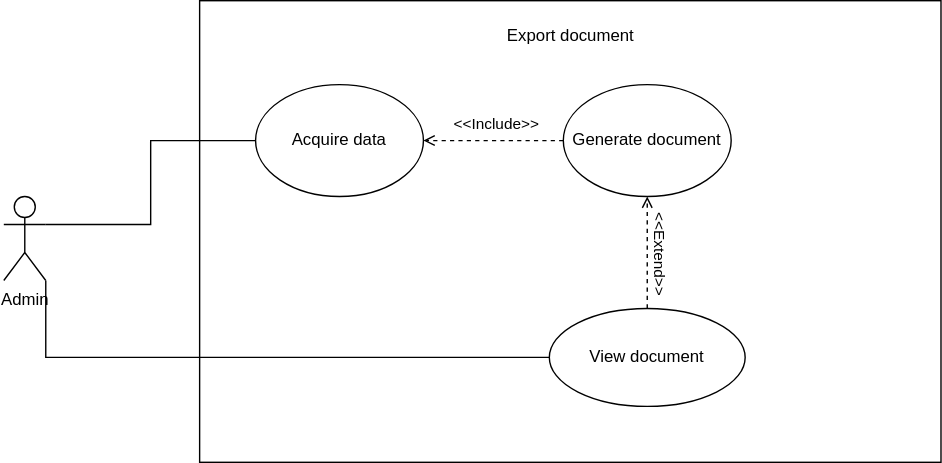
Simamkele88/IFM3_GP keeps this draw.io diagram as Document_Exporting.drawio.svg. Above is the earlier version. Source tidied: cells renumbered, new cells last; positions are measured from the earlier drawing's top-left corner, leaving out a move shared by most shapes.
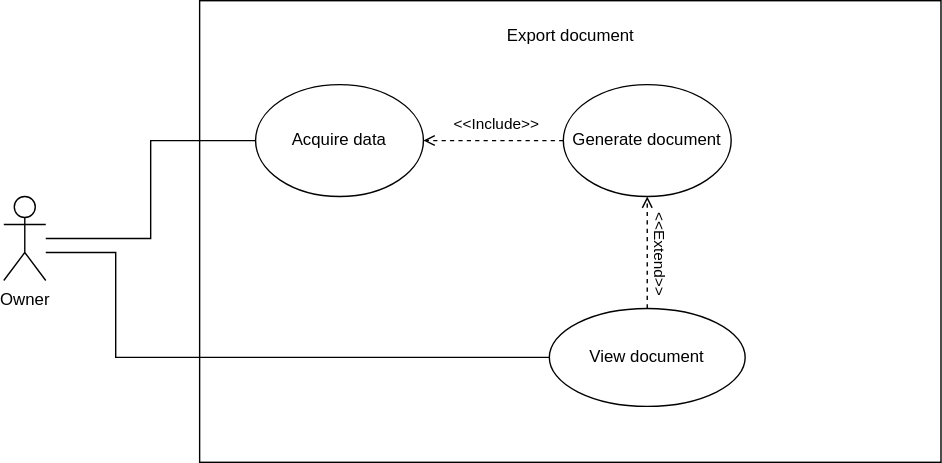
After the change.

What changed in the source:
```diff
@@ -22,10 +22,15 @@
     <mxCell id="7" value="Acquire data" style="ellipse;whiteSpace=wrap;html=1;" parent="1" vertex="1">
       <mxGeometry x="180" y="60" width="120" height="80" as="geometry" />
     </mxCell>
-    <mxCell id="8" style="edgeStyle=orthogonalEdgeStyle;rounded=0;jettySize=auto;html=1;exitX=1;exitY=1;exitDx=0;exitDy=0;exitPerimeter=0;entryX=0;entryY=0.5;entryDx=0;entryDy=0;endArrow=none;startFill=0;" parent="1" edge="1" source="9" target="12">
-      <mxGeometry relative="1" as="geometry" />
+    <mxCell id="8" style="edgeStyle=orthogonalEdgeStyle;rounded=0;jettySize=auto;html=1;entryX=0;entryY=0.5;entryDx=0;entryDy=0;endArrow=none;startFill=0;" parent="1" edge="1" source="9" target="12">
+      <mxGeometry relative="1" as="geometry">
+        <Array as="points">
+          <mxPoint x="80" y="180" />
+          <mxPoint x="80" y="255" />
+        </Array>
+      </mxGeometry>
     </mxCell>
-    <mxCell id="9" value="Admin" style="shape=umlActor;verticalLabelPosition=bottom;verticalAlign=top;html=1;outlineConnect=0;" parent="1" vertex="1">
+    <mxCell id="9" value="Owner" style="shape=umlActor;verticalLabelPosition=bottom;verticalAlign=top;html=1;outlineConnect=0;" parent="1" vertex="1">
       <mxGeometry y="140" width="30" height="60" as="geometry" />
     </mxCell>
     <mxCell id="10" style="rounded=0;jettySize=auto;html=1;dashed=1;endArrow=open;endFill=0;entryX=0.5;entryY=1;entryDx=0;entryDy=0;edgeStyle=orthogonalEdgeStyle;exitX=0.5;exitY=0;exitDx=0;exitDy=0;" parent="1" edge="1" source="12" target="5">
@@ -39,7 +44,7 @@
     <mxCell id="12" value="View document" style="ellipse;whiteSpace=wrap;html=1;" parent="1" vertex="1">
       <mxGeometry x="390" y="220" width="140" height="70" as="geometry" />
     </mxCell>
-    <mxCell id="13" style="edgeStyle=orthogonalEdgeStyle;rounded=0;jettySize=auto;html=1;exitX=1;exitY=0.3333333333333333;exitDx=0;exitDy=0;exitPerimeter=0;entryX=0;entryY=0.5;entryDx=0;entryDy=0;endArrow=none;startFill=0;" parent="1" edge="1" source="9" target="7">
+    <mxCell id="13" style="edgeStyle=orthogonalEdgeStyle;rounded=0;jettySize=auto;html=1;entryX=0;entryY=0.5;entryDx=0;entryDy=0;endArrow=none;startFill=0;" parent="1" edge="1" source="9" target="7">
       <mxGeometry relative="1" as="geometry" />
     </mxCell>
   </root>
```
